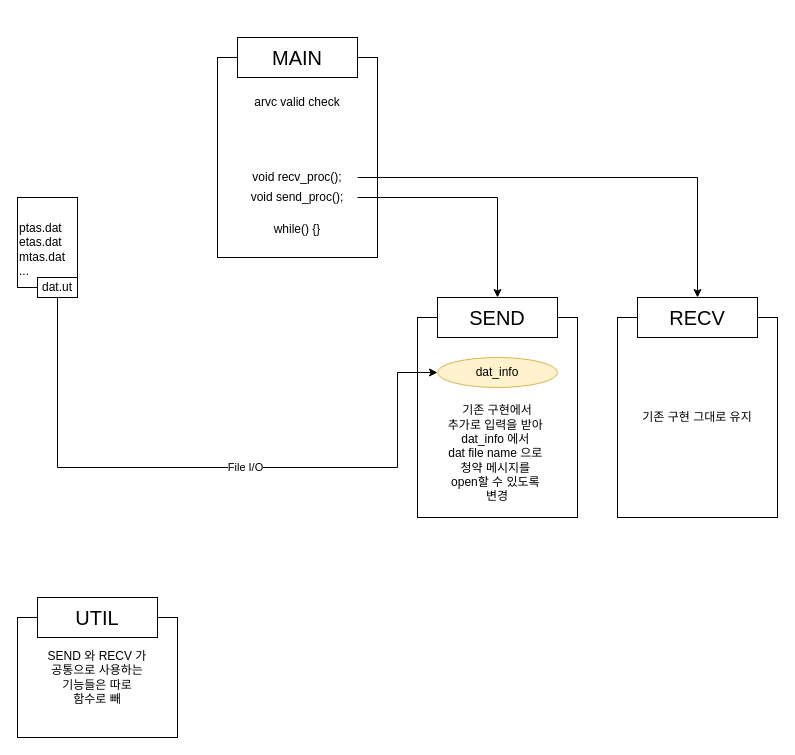
The draw.io diagram page "MQ_SIM" (2 of 3) of UPSF.drawio in JaeHyeon774/NEWTIL, before the edit. Source tidied: cells renumbered, new cells numbered last; positions are measured from the earlier drawing's top-left corner, leaving out a move shared by most shapes. Both pictures are drawn from the tidied source at 100%, with x=0, y=0 at pixel (17, 37).
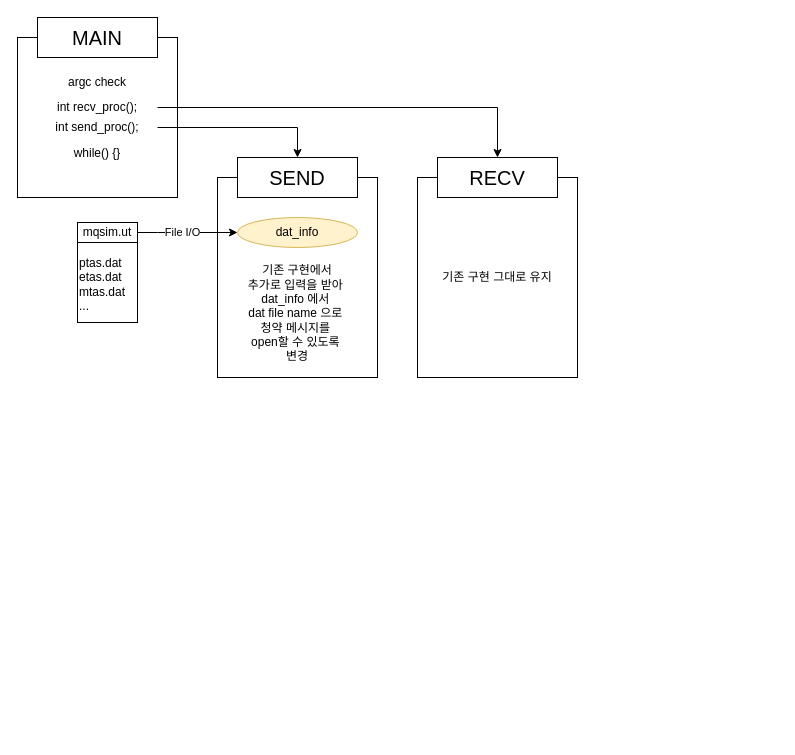
Above is the later version.

What changed in the source:
```diff
@@
     <mxCell id="2" value="기존 구현 그대로 유지" style="rounded=0;whiteSpace=wrap;html=1;" parent="1" vertex="1">
-      <mxGeometry x="600" y="280" width="160" height="200" as="geometry" />
+      <mxGeometry x="400" y="140" width="160" height="200" as="geometry" />
     </mxCell>
     <mxCell id="3" value="&lt;div&gt;&lt;br&gt;&lt;/div&gt;&lt;div&gt;&lt;br&gt;&lt;/div&gt;&lt;div&gt;&lt;br&gt;&lt;/div&gt;&lt;div&gt;&lt;br&gt;&lt;/div&gt;&lt;div&gt;&lt;br&gt;&lt;/div&gt;기존 구현에서&lt;div&gt;추가로 입력을 받아&amp;nbsp;&lt;/div&gt;&lt;div&gt;dat_info 에서&amp;nbsp;&lt;/div&gt;&lt;div&gt;dat file name 으로&amp;nbsp;&lt;/div&gt;&lt;div&gt;청약 메시지를&amp;nbsp;&lt;/div&gt;&lt;div&gt;open할 수 있도록&amp;nbsp;&lt;/div&gt;&lt;div&gt;변경&lt;/div&gt;" style="rounded=0;whiteSpace=wrap;html=1;" parent="1" vertex="1">
-      <mxGeometry x="400" y="280" width="160" height="200" as="geometry" />
+      <mxGeometry x="200" y="140" width="160" height="200" as="geometry" />
     </mxCell>
-    <mxCell id="4" value="&lt;div&gt;&lt;br&gt;&lt;/div&gt;&lt;div&gt;&lt;br&gt;&lt;/div&gt;&lt;div&gt;&lt;br&gt;&lt;/div&gt;&lt;div&gt;&lt;br&gt;&lt;/div&gt;&lt;div&gt;&lt;br&gt;&lt;/div&gt;&lt;div&gt;&lt;br&gt;&lt;/div&gt;&lt;div&gt;&lt;br&gt;&lt;/div&gt;&lt;div&gt;&lt;br&gt;&lt;/div&gt;&lt;div&gt;&lt;br&gt;&lt;/div&gt;&lt;div&gt;&lt;br&gt;&lt;/div&gt;&lt;div&gt;while() {}&lt;/div&gt;" style="rounded=0;whiteSpace=wrap;html=1;" parent="1" vertex="1">
-      <mxGeometry x="200" y="20" width="160" height="200" as="geometry" />
+    <mxCell id="4" value="&lt;div&gt;&lt;br&gt;&lt;/div&gt;&lt;div&gt;&lt;br&gt;&lt;/div&gt;&lt;div&gt;&lt;br&gt;&lt;/div&gt;&lt;div&gt;&lt;br&gt;&lt;/div&gt;&lt;div&gt;&lt;br&gt;&lt;/div&gt;&lt;div&gt;while() {}&lt;/div&gt;" style="rounded=0;whiteSpace=wrap;html=1;" parent="1" vertex="1">
+      <mxGeometry width="160" height="160" as="geometry" />
     </mxCell>
     <mxCell id="5" value="&lt;div&gt;&lt;br&gt;&lt;/div&gt;ptas.dat&lt;div&gt;etas.dat&lt;/div&gt;&lt;div&gt;mtas.dat&lt;/div&gt;&lt;div&gt;...&lt;/div&gt;" style="rounded=0;whiteSpace=wrap;html=1;align=left;" parent="1" vertex="1">
-      <mxGeometry y="160" width="60" height="90" as="geometry" />
+      <mxGeometry x="60" y="195" width="60" height="90" as="geometry" />
     </mxCell>
     <mxCell id="6" value="&lt;span style=&quot;font-size: 20px;&quot;&gt;SEND&lt;/span&gt;" style="rounded=0;whiteSpace=wrap;html=1;" parent="1" vertex="1">
-      <mxGeometry x="420" y="260" width="120" height="40" as="geometry" />
+      <mxGeometry x="220" y="120" width="120" height="40" as="geometry" />
     </mxCell>
     <mxCell id="7" value="&lt;font style=&quot;font-size: 20px;&quot;&gt;MAIN&lt;/font&gt;" style="rounded=0;whiteSpace=wrap;html=1;" parent="1" vertex="1">
-      <mxGeometry x="220" width="120" height="40" as="geometry" />
+      <mxGeometry x="20" y="-20" width="120" height="40" as="geometry" />
     </mxCell>
     <mxCell id="8" value="&lt;font style=&quot;font-size: 20px;&quot;&gt;RECV&lt;/font&gt;" style="rounded=0;whiteSpace=wrap;html=1;" parent="1" vertex="1">
-      <mxGeometry x="620" y="260" width="120" height="40" as="geometry" />
+      <mxGeometry x="420" y="120" width="120" height="40" as="geometry" />
     </mxCell>
-    <mxCell id="9" value="File I/O" style="edgeStyle=orthogonalEdgeStyle;rounded=0;jettySize=auto;html=1;exitX=0.5;exitY=1;exitDx=0;exitDy=0;entryX=0;entryY=0.5;entryDx=0;entryDy=0;" parent="1" edge="1" source="10" target="12">
-      <mxGeometry x="0.11" relative="1" as="geometry">
+    <mxCell id="9" value="File I/O" style="edgeStyle=orthogonalEdgeStyle;rounded=0;jettySize=auto;html=1;exitX=1;exitY=0.5;exitDx=0;exitDy=0;entryX=0;entryY=0.5;entryDx=0;entryDy=0;" parent="1" edge="1" source="10" target="12">
+      <mxGeometry x="-0.11" relative="1" as="geometry">
         <Array as="points">
-          <mxPoint x="40" y="430" />
-          <mxPoint x="380" y="430" />
-          <mxPoint x="380" y="335" />
+          <mxPoint x="140" y="195" />
+          <mxPoint x="140" y="195" />
         </Array>
       </mxGeometry>
     </mxCell>
-    <mxCell id="10" value="dat.ut" style="rounded=0;whiteSpace=wrap;html=1;" parent="1" vertex="1">
-      <mxGeometry x="20" y="240" width="40" height="20" as="geometry" />
+    <mxCell id="10" value="mqsim.ut" style="rounded=0;whiteSpace=wrap;html=1;" parent="1" vertex="1">
+      <mxGeometry x="60" y="185" width="60" height="20" as="geometry" />
     </mxCell>
-    <mxCell id="11" value="arvc valid check" style="text;html=1;align=center;verticalAlign=middle;whiteSpace=wrap;rounded=0;" parent="1" vertex="1">
-      <mxGeometry x="220" y="50" width="120" height="30" as="geometry" />
+    <mxCell id="11" value="argc check" style="text;html=1;align=center;verticalAlign=middle;whiteSpace=wrap;rounded=0;" parent="1" vertex="1">
+      <mxGeometry x="20" y="30" width="120" height="30" as="geometry" />
     </mxCell>
     <mxCell id="12" value="&lt;div&gt;dat_info&lt;/div&gt;" style="ellipse;whiteSpace=wrap;html=1;fillColor=#fff2cc;strokeColor=#d6b656;" parent="1" vertex="1">
-      <mxGeometry x="420" y="320" width="120" height="30" as="geometry" />
+      <mxGeometry x="220" y="180" width="120" height="30" as="geometry" />
     </mxCell>
@@
-    <mxCell id="14" value="void send_proc();" style="text;html=1;align=center;verticalAlign=middle;whiteSpace=wrap;rounded=0;" parent="1" vertex="1">
-      <mxGeometry x="220" y="150" width="120" height="20" as="geometry" />
+    <mxCell id="14" value="int send_proc();" style="text;html=1;align=center;verticalAlign=middle;whiteSpace=wrap;rounded=0;" parent="1" vertex="1">
+      <mxGeometry x="20" y="80" width="120" height="20" as="geometry" />
     </mxCell>
@@
-    <mxCell id="16" value="void recv_proc();" style="text;html=1;align=center;verticalAlign=middle;whiteSpace=wrap;rounded=0;" parent="1" vertex="1">
-      <mxGeometry x="220" y="130" width="120" height="20" as="geometry" />
+    <mxCell id="16" value="int recv_proc();" style="text;html=1;align=center;verticalAlign=middle;whiteSpace=wrap;rounded=0;" parent="1" vertex="1">
+      <mxGeometry x="20" y="60" width="120" height="20" as="geometry" />
     </mxCell>
-    <mxCell id="17" value="SEND 와 RECV 가&lt;div&gt;공통으로 사용하는&lt;/div&gt;&lt;div&gt;기능들은 따로&lt;/div&gt;&lt;div&gt;함수로 빼&lt;/div&gt;" style="rounded=0;whiteSpace=wrap;html=1;" parent="1" vertex="1">
-      <mxGeometry y="580" width="160" height="120" as="geometry" />
-    </mxCell>
-    <mxCell id="18" value="&lt;span style=&quot;font-size: 20px;&quot;&gt;UTIL&lt;/span&gt;" style="rounded=0;whiteSpace=wrap;html=1;" parent="1" vertex="1">
-      <mxGeometry x="20" y="560" width="120" height="40" as="geometry" />
-    </mxCell>
```
